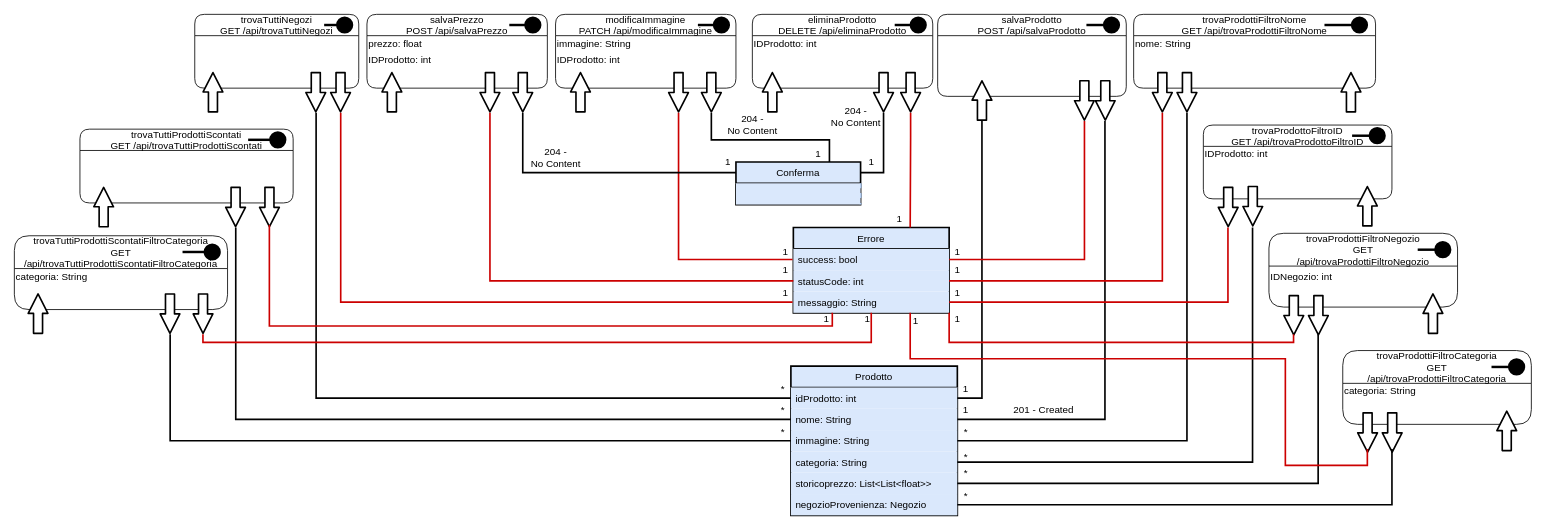
Before: UML/Diagramma Risorse/Diagramma Risorse Prodotto.drawio in G15-UniTN/iSpesa, a draw.io diagram. Source tidied: cells renumbered, new cells numbered last; positions are measured from the earlier drawing's top-left corner, leaving out a move shared by most shapes. Both pictures are drawn from the tidied source at 82%, with x=0, y=0 at pixel (14, 14).
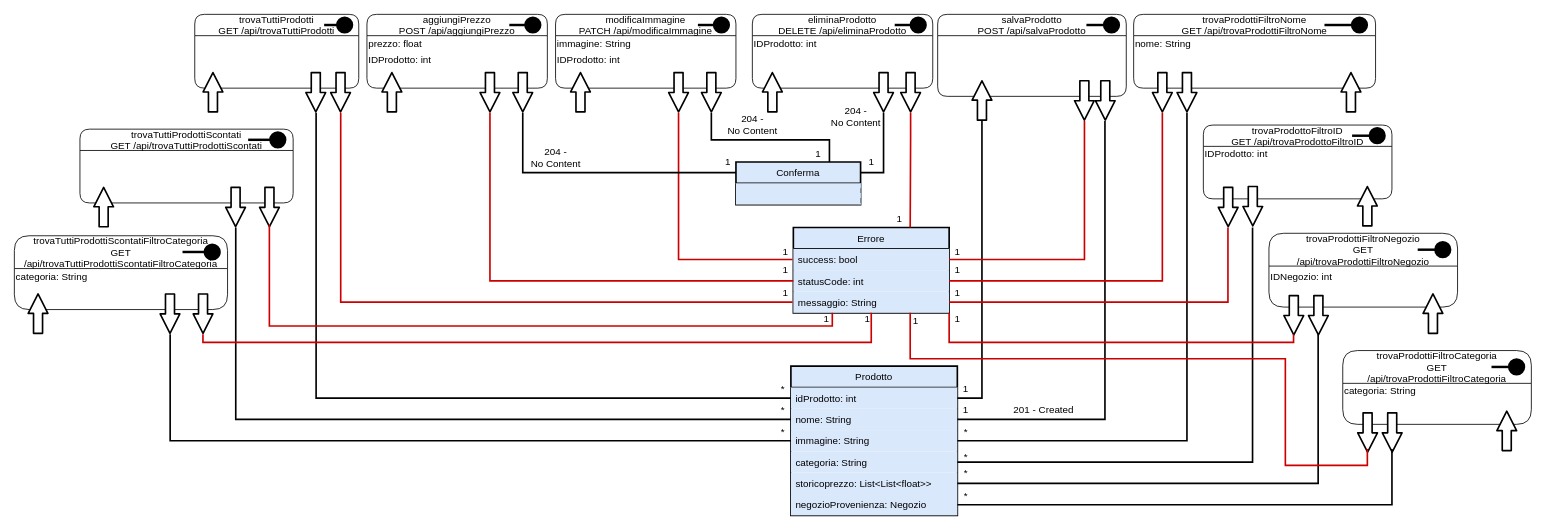
After the change.

Unchanged cells that the change refers to:
```xml
<mxCell id="53" style="group;" parent="1" vertex="1">
  <mxGeometry x="430" width="220" height="120" as="geometry" />
</mxCell>
<mxCell id="66" style="group;" parent="1" vertex="1">
  <mxGeometry x="220" width="200" height="120" as="geometry" />
</mxCell>
```

Change to the diagram source:
```diff
@@
-    <mxCell id="54" value="salvaPrezzo&#10;POST /api/salvaPrezzo" style="swimlane;fontStyle=0;horizontal=1;startSize=26;fillColor=none;rounded=1;" parent="53" vertex="1">
+    <mxCell id="54" value="aggiungiPrezzo&#10;POST /api/aggiungiPrezzo" style="swimlane;fontStyle=0;horizontal=1;startSize=26;fillColor=none;rounded=1;" parent="53" vertex="1">
       <mxGeometry width="220" height="90" as="geometry" />
     </mxCell>
@@
-    <mxCell id="67" value="trovaTuttiNegozi&#10;GET /api/trovaTuttiNegozi" style="swimlane;fontStyle=0;horizontal=1;startSize=26;fillColor=none;rounded=1;" parent="66" vertex="1">
+    <mxCell id="67" value="trovaTuttiProdotti&#10;GET /api/trovaTuttiProdotti" style="swimlane;fontStyle=0;horizontal=1;startSize=26;fillColor=none;rounded=1;" parent="66" vertex="1">
       <mxGeometry width="200" height="90" as="geometry" />
     </mxCell>
```
